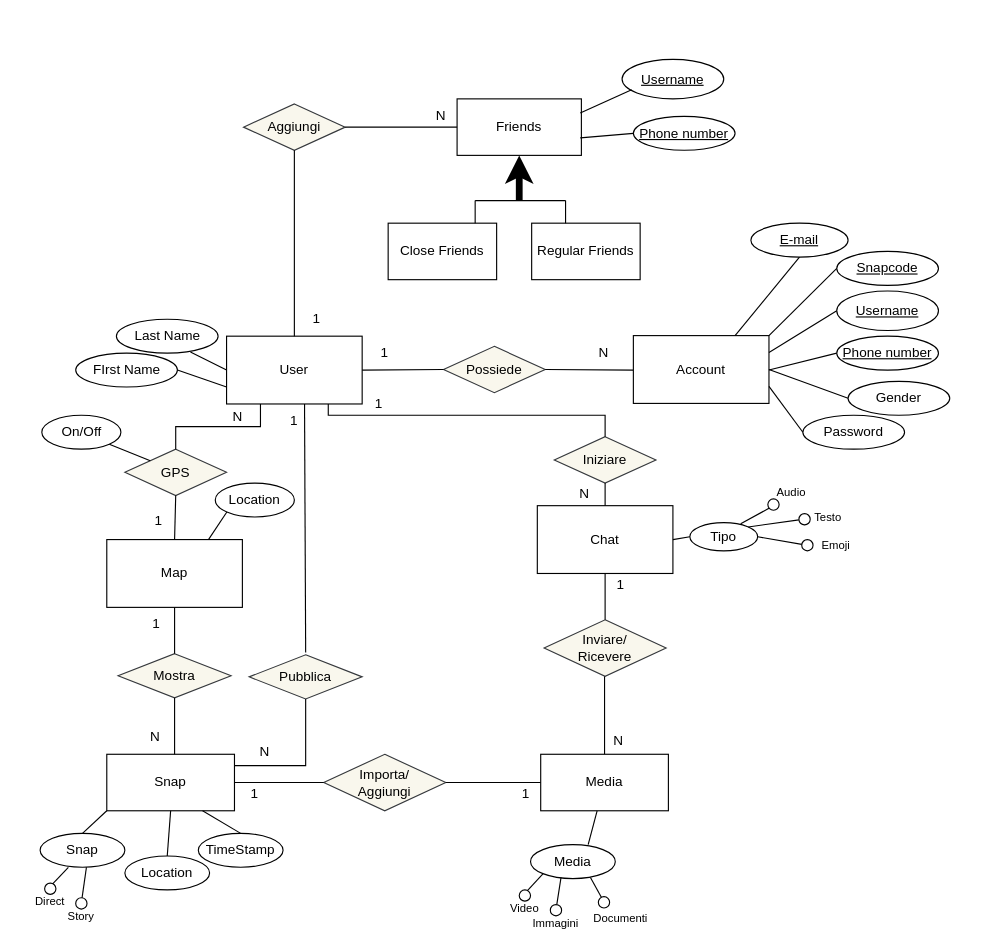
This is schema E-R.drawio from Antonet99/noSQL-Snapchat, a draw.io file, before an edit. Source tidied: cells renumbered, new cells numbered last; positions are measured from the earlier drawing's top-left corner, leaving out a move shared by most shapes. Both pictures are drawn from the tidied source at 113%, with x=0, y=0 at pixel (27, 59).
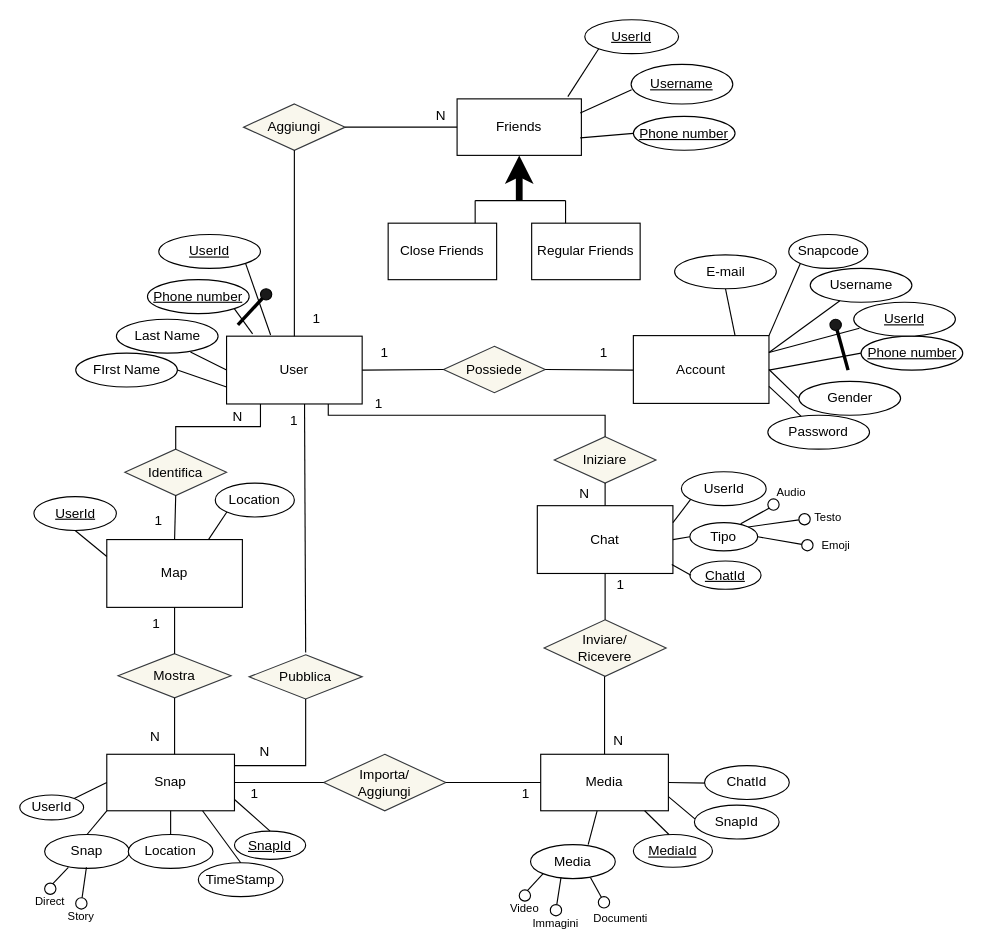
After the change.

The change refers to these unchanged cells:
```xml
<mxCell id="2" value="User" style="rounded=0;whiteSpace=wrap;html=1;" parent="1" vertex="1">
  <mxGeometry x="176" y="245" width="120" height="60" as="geometry" />
</mxCell>
<mxCell id="6" value="Account" style="rounded=0;whiteSpace=wrap;html=1;" parent="1" vertex="1">
  <mxGeometry x="536" y="244.5" width="120" height="60" as="geometry" />
</mxCell>
<mxCell id="25" value="Map" style="whiteSpace=wrap;html=1;align=center;" parent="1" vertex="1">
  <mxGeometry x="70" y="425" width="120" height="60" as="geometry" />
</mxCell>
<mxCell id="26" value="Chat" style="whiteSpace=wrap;html=1;align=center;" parent="1" vertex="1">
  <mxGeometry x="451" y="395" width="120" height="60" as="geometry" />
</mxCell>
<mxCell id="40" value="Media" style="whiteSpace=wrap;html=1;align=center;" parent="1" vertex="1">
  <mxGeometry x="454" y="615" width="113" height="50" as="geometry" />
</mxCell>
<mxCell id="51" value="Snap" style="whiteSpace=wrap;html=1;align=center;" parent="1" vertex="1">
  <mxGeometry x="70" y="615" width="113" height="50" as="geometry" />
</mxCell>
<mxCell id="101" value="Friends" style="rounded=0;whiteSpace=wrap;html=1;" parent="1" vertex="1">
  <mxGeometry x="380" y="35" width="110" height="50" as="geometry" />
</mxCell>
```

Change to the diagram source:
```diff
@@
-    <mxCell id="8" value="N" style="text;html=1;strokeColor=none;fillColor=none;align=center;verticalAlign=middle;whiteSpace=wrap;rounded=0;" parent="1" vertex="1">
+    <mxCell id="8" value="1" style="text;html=1;strokeColor=none;fillColor=none;align=center;verticalAlign=middle;whiteSpace=wrap;rounded=0;" parent="1" vertex="1">
       <mxGeometry x="480" y="245" width="60" height="30" as="geometry" />
     </mxCell>
     <mxCell id="9" value="Password" style="ellipse;whiteSpace=wrap;html=1;align=center;" parent="1" vertex="1">
-      <mxGeometry x="686" y="315" width="90" height="30" as="geometry" />
+      <mxGeometry x="655" y="315" width="90" height="30" as="geometry" />
     </mxCell>
@@
     <mxCell id="11" value="Gender" style="ellipse;whiteSpace=wrap;html=1;align=center;" parent="1" vertex="1">
-      <mxGeometry x="726" y="285" width="90" height="30" as="geometry" />
+      <mxGeometry x="682.5" y="285" width="90" height="30" as="geometry" />
     </mxCell>
@@
-    <mxCell id="13" value="Username" style="ellipse;whiteSpace=wrap;html=1;align=center;fontStyle=4;" parent="1" vertex="1">
-      <mxGeometry x="716" y="205" width="90" height="35" as="geometry" />
-    </mxCell>
     <mxCell id="14" value="Phone number" style="ellipse;whiteSpace=wrap;html=1;align=center;fontStyle=4;" parent="1" vertex="1">
-      <mxGeometry x="716" y="245" width="90" height="30" as="geometry" />
+      <mxGeometry x="737.5" y="245" width="90" height="30" as="geometry" />
     </mxCell>
-    <mxCell id="15" value="Snapcode" style="ellipse;whiteSpace=wrap;html=1;align=center;fontStyle=4;" parent="1" vertex="1">
-      <mxGeometry x="716" y="170" width="90" height="30" as="geometry" />
-    </mxCell>
-    <mxCell id="16" value="E-mail" style="ellipse;whiteSpace=wrap;html=1;align=center;fontStyle=4;" parent="1" vertex="1">
-      <mxGeometry x="640" y="145" width="86" height="30" as="geometry" />
-    </mxCell>
@@
-    <mxCell id="20" style="endArrow=none;html=1;rounded=0;exitX=1;exitY=0;exitDx=0;exitDy=0;entryX=0;entryY=0.5;entryDx=0;entryDy=0;" parent="1" edge="1" source="6" target="15">
+    <mxCell id="20" style="endArrow=none;html=1;rounded=0;exitX=1;exitY=0;exitDx=0;exitDy=0;entryX=0;entryY=1;entryDx=0;entryDy=0;" parent="1" edge="1" source="6" target="15">
       <mxGeometry relative="1" as="geometry" />
     </mxCell>
-    <mxCell id="21" style="endArrow=none;html=1;rounded=0;exitX=1;exitY=0.25;exitDx=0;exitDy=0;entryX=0;entryY=0.5;entryDx=0;entryDy=0;" parent="1" edge="1" source="6" target="13">
+    <mxCell id="21" style="endArrow=none;html=1;rounded=0;exitX=1;exitY=0.25;exitDx=0;exitDy=0;" parent="1" edge="1" source="6" target="13">
       <mxGeometry relative="1" as="geometry" />
     </mxCell>
@@
-    <mxCell id="24" style="endArrow=none;html=1;rounded=0;exitX=1;exitY=0.75;exitDx=0;exitDy=0;entryX=0;entryY=0.5;entryDx=0;entryDy=0;" parent="1" edge="1" source="6" target="9">
+    <mxCell id="24" style="endArrow=none;html=1;rounded=0;exitX=1;exitY=0.75;exitDx=0;exitDy=0;" parent="1" edge="1" source="6" target="9">
       <mxGeometry relative="1" as="geometry" />
     </mxCell>
@@
-    <mxCell id="27" value="GPS" style="shape=rhombus;perimeter=rhombusPerimeter;whiteSpace=wrap;html=1;align=center;fillColor=#f9f7ed;strokeColor=#36393d;" parent="1" vertex="1">
+    <mxCell id="27" value="Identifica" style="shape=rhombus;perimeter=rhombusPerimeter;whiteSpace=wrap;html=1;align=center;fillColor=#f9f7ed;strokeColor=#36393d;" parent="1" vertex="1">
       <mxGeometry x="86" y="345" width="90" height="41" as="geometry" />
     </mxCell>
-    <mxCell id="28" value="On/Off" style="ellipse;whiteSpace=wrap;html=1;align=center;" parent="1" vertex="1">
-      <mxGeometry x="12.5" y="315" width="70" height="30" as="geometry" />
-    </mxCell>
-    <mxCell id="29" style="endArrow=none;html=1;rounded=0;entryX=0;entryY=0;entryDx=0;entryDy=0;exitX=1;exitY=1;exitDx=0;exitDy=0;" parent="1" edge="1" source="28" target="27">
-      <mxGeometry relative="1" as="geometry" />
-    </mxCell>
@@
     <mxCell id="63" value="Snap" style="ellipse;whiteSpace=wrap;html=1;align=center;" parent="1" vertex="1">
-      <mxGeometry x="11" y="685" width="75" height="30" as="geometry" />
+      <mxGeometry x="15" y="686" width="75" height="30" as="geometry" />
     </mxCell>
     <mxCell id="64" value="Location" style="ellipse;whiteSpace=wrap;html=1;align=center;" parent="1" vertex="1">
-      <mxGeometry x="86" y="705" width="75" height="30" as="geometry" />
+      <mxGeometry x="89" y="686" width="75" height="30" as="geometry" />
     </mxCell>
     <mxCell id="65" value="TimeStamp" style="ellipse;whiteSpace=wrap;html=1;align=center;" parent="1" vertex="1">
-      <mxGeometry x="151" y="685" width="75" height="30" as="geometry" />
+      <mxGeometry x="151" y="711" width="75" height="30" as="geometry" />
     </mxCell>
@@
     <mxCell id="110" value="Username" style="ellipse;whiteSpace=wrap;html=1;align=center;fontStyle=4;" parent="1" vertex="1">
-      <mxGeometry x="526" width="90" height="35" as="geometry" />
+      <mxGeometry x="534" y="4.5" width="90" height="35" as="geometry" />
     </mxCell>
@@
+    <mxCell id="15" value="Snapcode" style="ellipse;whiteSpace=wrap;html=1;align=center;" parent="1" vertex="1">
+      <mxGeometry x="673.5" y="155" width="70" height="30" as="geometry" />
+    </mxCell>
+    <mxCell id="116" value="Phone number" style="ellipse;whiteSpace=wrap;html=1;align=center;fontStyle=4;" parent="1" vertex="1">
+      <mxGeometry x="106" y="195" width="90" height="30" as="geometry" />
+    </mxCell>
+    <mxCell id="117" style="endArrow=none;html=1;rounded=0;exitX=1;exitY=1;exitDx=0;exitDy=0;entryX=0.192;entryY=-0.033;entryDx=0;entryDy=0;entryPerimeter=0;" parent="1" edge="1" source="116" target="2">
+      <mxGeometry relative="1" as="geometry" />
+    </mxCell>
+    <mxCell id="118" value="MediaId" style="ellipse;whiteSpace=wrap;html=1;align=center;fontStyle=4;" parent="1" vertex="1">
+      <mxGeometry x="536" y="686" width="70" height="29" as="geometry" />
+    </mxCell>
+    <mxCell id="119" style="endArrow=none;html=1;rounded=0;exitX=0.5;exitY=0;exitDx=0;exitDy=0;entryX=0.814;entryY=0.98;entryDx=0;entryDy=0;entryPerimeter=0;" parent="1" edge="1">
+      <mxGeometry relative="1" as="geometry">
+        <mxPoint x="567.5" y="686" as="sourcePoint" />
+        <mxPoint x="546" y="665" as="targetPoint" />
+      </mxGeometry>
+    </mxCell>
+    <mxCell id="120" value="SnapId" style="ellipse;whiteSpace=wrap;html=1;align=center;fontStyle=4;" parent="1" vertex="1">
+      <mxGeometry x="183" y="683" width="63" height="25" as="geometry" />
+    </mxCell>
+    <mxCell id="121" style="endArrow=none;html=1;rounded=0;entryX=0.814;entryY=0.98;entryDx=0;entryDy=0;entryPerimeter=0;exitX=0.5;exitY=0;exitDx=0;exitDy=0;" parent="1" edge="1" source="120">
+      <mxGeometry relative="1" as="geometry">
+        <mxPoint x="183" y="655" as="targetPoint" />
+      </mxGeometry>
+    </mxCell>
+    <mxCell id="122" value="UserId" style="ellipse;whiteSpace=wrap;html=1;align=center;fontStyle=4;" parent="1" vertex="1">
+      <mxGeometry x="116" y="155" width="90" height="30" as="geometry" />
+    </mxCell>
+    <mxCell id="123" style="endArrow=none;html=1;rounded=0;exitX=1;exitY=1;exitDx=0;exitDy=0;entryX=0.325;entryY=-0.017;entryDx=0;entryDy=0;entryPerimeter=0;" parent="1" edge="1" source="122" target="2">
+      <mxGeometry relative="1" as="geometry" />
+    </mxCell>
+    <mxCell id="124" style="endArrow=none;html=1;rounded=0;exitX=1;exitY=0;exitDx=0;exitDy=0;entryX=0;entryY=0.5;entryDx=0;entryDy=0;" parent="1" edge="1" source="137" target="51">
+      <mxGeometry relative="1" as="geometry" />
+    </mxCell>
+    <mxCell id="125" style="endArrow=none;html=1;rounded=0;entryX=0;entryY=0.5;entryDx=0;entryDy=0;exitX=1;exitY=0.5;exitDx=0;exitDy=0;" parent="1" edge="1" source="40">
+      <mxGeometry relative="1" as="geometry">
+        <mxPoint x="602" y="640.5" as="targetPoint" />
+      </mxGeometry>
+    </mxCell>
+    <mxCell id="126" style="endArrow=none;html=1;rounded=0;entryX=0;entryY=0.5;entryDx=0;entryDy=0;exitX=1;exitY=0.75;exitDx=0;exitDy=0;" parent="1" edge="1" source="40">
+      <mxGeometry relative="1" as="geometry">
+        <mxPoint x="592" y="673.5" as="targetPoint" />
+      </mxGeometry>
+    </mxCell>
+    <mxCell id="127" value="ChatId" style="ellipse;whiteSpace=wrap;html=1;align=center;fontStyle=4;" parent="1" vertex="1">
+      <mxGeometry x="586" y="444" width="63" height="25" as="geometry" />
+    </mxCell>
+    <mxCell id="128" style="endArrow=none;html=1;rounded=0;exitX=0.983;exitY=0.867;exitDx=0;exitDy=0;exitPerimeter=0;entryX=0;entryY=0.5;entryDx=0;entryDy=0;" parent="1" edge="1">
+      <mxGeometry relative="1" as="geometry">
+        <mxPoint x="570" y="447" as="sourcePoint" />
+        <mxPoint x="587" y="456.5" as="targetPoint" />
+      </mxGeometry>
+    </mxCell>
+    <mxCell id="129" style="endArrow=none;html=1;rounded=0;entryX=0;entryY=1;entryDx=0;entryDy=0;exitX=1;exitY=0.25;exitDx=0;exitDy=0;" parent="1" edge="1" source="26">
+      <mxGeometry relative="1" as="geometry">
+        <mxPoint x="586.7" y="389.5" as="targetPoint" />
+      </mxGeometry>
+    </mxCell>
+    <mxCell id="130" value="UserId" style="ellipse;whiteSpace=wrap;html=1;align=center;fontStyle=4;" parent="1" vertex="1">
+      <mxGeometry x="493" y="-35" width="83" height="30" as="geometry" />
+    </mxCell>
+    <mxCell id="131" style="endArrow=none;html=1;rounded=0;entryX=0;entryY=1;entryDx=0;entryDy=0;exitX=0.891;exitY=-0.04;exitDx=0;exitDy=0;exitPerimeter=0;" parent="1" edge="1" source="101" target="130">
+      <mxGeometry relative="1" as="geometry" />
+    </mxCell>
+    <mxCell id="132" value="UserId" style="ellipse;whiteSpace=wrap;html=1;align=center;fontStyle=4;" parent="1" vertex="1">
+      <mxGeometry x="5.5" y="387" width="73" height="30" as="geometry" />
+    </mxCell>
+    <mxCell id="133" style="endArrow=none;html=1;rounded=0;entryX=0;entryY=0.25;entryDx=0;entryDy=0;exitX=0.5;exitY=1;exitDx=0;exitDy=0;" parent="1" edge="1" source="132" target="25">
+      <mxGeometry relative="1" as="geometry" />
+    </mxCell>
+    <mxCell id="13" value="Username" style="ellipse;whiteSpace=wrap;html=1;align=center;" parent="1" vertex="1">
+      <mxGeometry x="692.5" y="185" width="90" height="30" as="geometry" />
+    </mxCell>
+    <mxCell id="16" value="E-mail" style="ellipse;whiteSpace=wrap;html=1;align=center;" parent="1" vertex="1">
+      <mxGeometry x="572.5" y="173" width="90" height="30" as="geometry" />
+    </mxCell>
+    <mxCell id="134" value="ChatId" style="ellipse;whiteSpace=wrap;html=1;align=center;" parent="1" vertex="1">
+      <mxGeometry x="599" y="625" width="75" height="30" as="geometry" />
+    </mxCell>
+    <mxCell id="135" value="SnapId" style="ellipse;whiteSpace=wrap;html=1;align=center;" parent="1" vertex="1">
+      <mxGeometry x="590" y="660" width="75" height="30" as="geometry" />
+    </mxCell>
+    <mxCell id="136" value="UserId" style="ellipse;whiteSpace=wrap;html=1;align=center;" parent="1" vertex="1">
+      <mxGeometry x="578.5" y="365" width="75" height="30" as="geometry" />
+    </mxCell>
+    <mxCell id="137" value="UserId" style="ellipse;whiteSpace=wrap;html=1;align=center;" parent="1" vertex="1">
+      <mxGeometry x="-7" y="651" width="56.5" height="22" as="geometry" />
+    </mxCell>
+    <mxCell id="138" value="UserId" style="ellipse;whiteSpace=wrap;html=1;align=center;fontStyle=4;" parent="1" vertex="1">
+      <mxGeometry x="731" y="215" width="90" height="30" as="geometry" />
+    </mxCell>
+    <mxCell id="139" style="endArrow=none;html=1;rounded=0;exitX=1;exitY=0.25;exitDx=0;exitDy=0;entryX=0.056;entryY=0.767;entryDx=0;entryDy=0;entryPerimeter=0;" parent="1" edge="1" source="6" target="138">
+      <mxGeometry relative="1" as="geometry" />
+    </mxCell>
+    <mxCell id="140" style="endArrow=none;html=1;rounded=0;strokeWidth=3;" parent="1" edge="1" source="142">
+      <mxGeometry relative="1" as="geometry">
+        <mxPoint x="716" y="235" as="targetPoint" />
+      </mxGeometry>
+    </mxCell>
+    <mxCell id="141" style="endArrow=none;html=1;rounded=0;strokeWidth=3;" parent="1" edge="1" target="142">
+      <mxGeometry relative="1" as="geometry">
+        <mxPoint x="726" y="275" as="sourcePoint" />
+      </mxGeometry>
+    </mxCell>
+    <mxCell id="142" style="ellipse;whiteSpace=wrap;html=1;fillColor=#1A1A1A;" parent="1" vertex="1">
+      <mxGeometry x="710" y="230" width="10" height="10" as="geometry" />
+    </mxCell>
+    <mxCell id="143" style="endArrow=none;html=1;rounded=0;strokeWidth=3;" parent="1" edge="1" target="144">
+      <mxGeometry relative="1" as="geometry">
+        <mxPoint x="186" y="235" as="sourcePoint" />
+      </mxGeometry>
+    </mxCell>
+    <mxCell id="144" style="ellipse;whiteSpace=wrap;html=1;fillColor=#1A1A1A;" parent="1" vertex="1">
+      <mxGeometry x="206" y="203" width="10" height="10" as="geometry" />
+    </mxCell>
```
